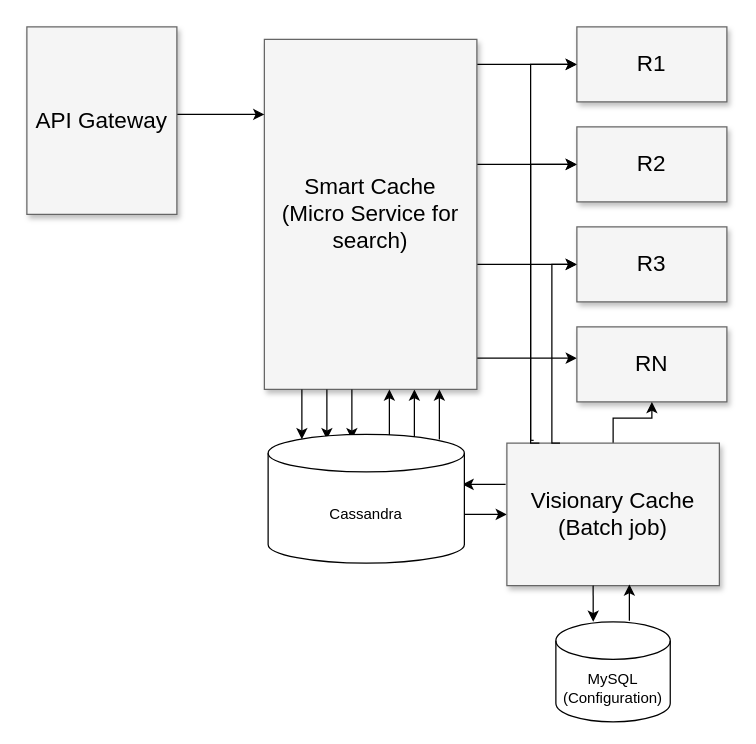
Above: Untitled Diagram.drawio in rajaduraikrishna/ezee-app (draw.io), before the change. Source tidied: cells renumbered, new cells numbered last; positions are measured from the earlier drawing's top-left corner, leaving out a move shared by most shapes. Both pictures are drawn from the tidied source at 125%, with x=0, y=0 at pixel (26, 26).
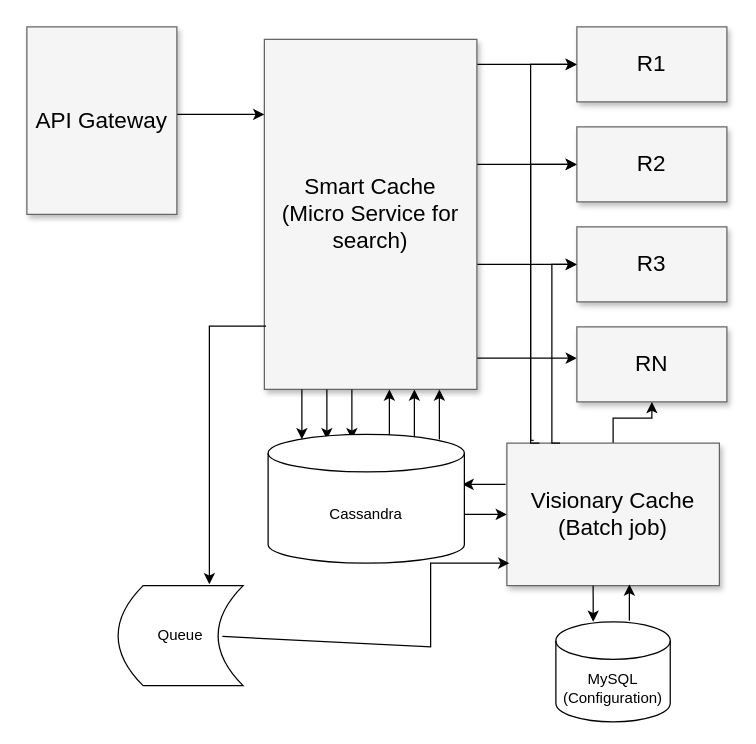
The same diagram, later.

Commit message:
Added Queue support for the organic cache

The change refers to these unchanged cells:
```xml
<mxCell id="7" value="&lt;div&gt;Smart Cache&lt;/div&gt;&lt;div&gt;(Micro Service for search)&lt;/div&gt;" style="whiteSpace=wrap;html=1;shadow=1;fontSize=18;fillColor=#f5f5f5;strokeColor=#666666;" parent="1" vertex="1">
  <mxGeometry x="190" y="10" width="170" height="280" as="geometry" />
</mxCell>
```

Change to the diagram source:
```diff
@@
+    <mxCell id="30" value="Queue" style="shape=dataStorage;whiteSpace=wrap;html=1;fixedSize=1;" parent="1" vertex="1">
+      <mxGeometry x="73" y="447" width="100" height="80" as="geometry" />
+    </mxCell>
+    <mxCell id="31" style="edgeStyle=elbowEdgeStyle;rounded=0;html=1;startArrow=none;startFill=0;jettySize=auto;fontSize=18;exitX=0.008;exitY=0.819;exitDx=0;exitDy=0;exitPerimeter=0;" parent="1" edge="1" source="7">
+      <mxGeometry relative="1" as="geometry">
+        <mxPoint x="146" y="446" as="targetPoint" />
+        <Array as="points">
+          <mxPoint x="146" y="320" />
+          <mxPoint x="176" y="330" />
+        </Array>
+      </mxGeometry>
+    </mxCell>
+    <mxCell id="32" style="rounded=0;jettySize=auto;html=1;exitX=0.834;exitY=0.508;exitDx=0;exitDy=0;exitPerimeter=0;" parent="1" edge="1" source="30">
+      <mxGeometry relative="1" as="geometry">
+        <mxPoint x="386" y="429" as="targetPoint" />
+        <Array as="points">
+          <mxPoint x="323" y="496" />
+          <mxPoint x="323" y="429" />
+        </Array>
+      </mxGeometry>
+    </mxCell>
```
